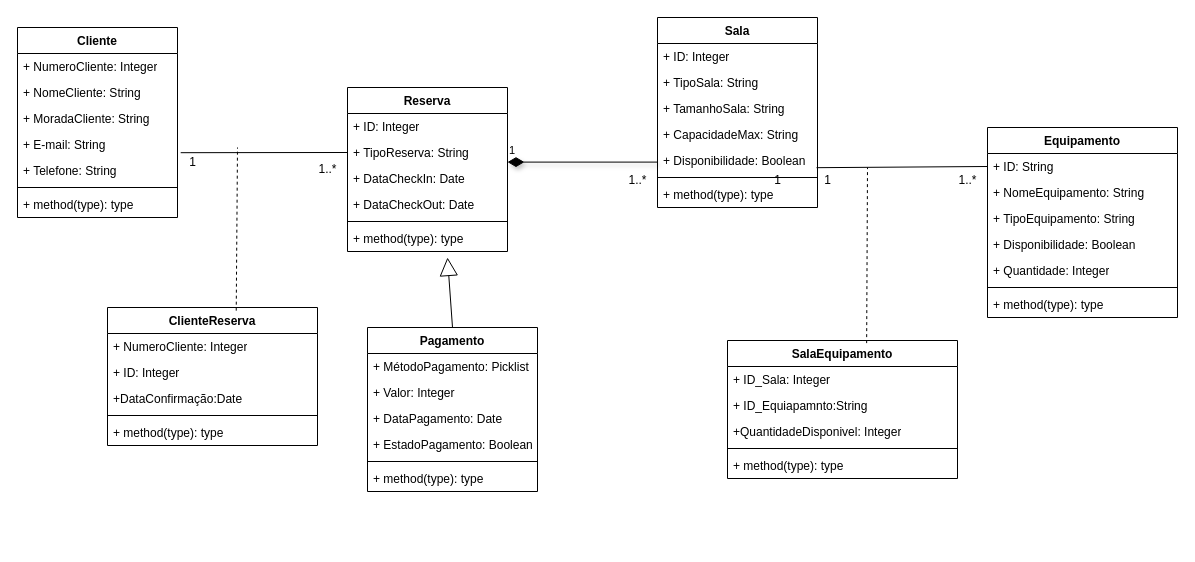
Before: UMLDiagram.drawio in ic3K1ng/Rooms-Equipments, a draw.io diagram. Source tidied: cells renumbered, new cells numbered last; positions are measured from the earlier drawing's top-left corner, leaving out a move shared by most shapes. Both pictures are drawn from the tidied source at 100%, with x=0, y=0 at pixel (17, 17).
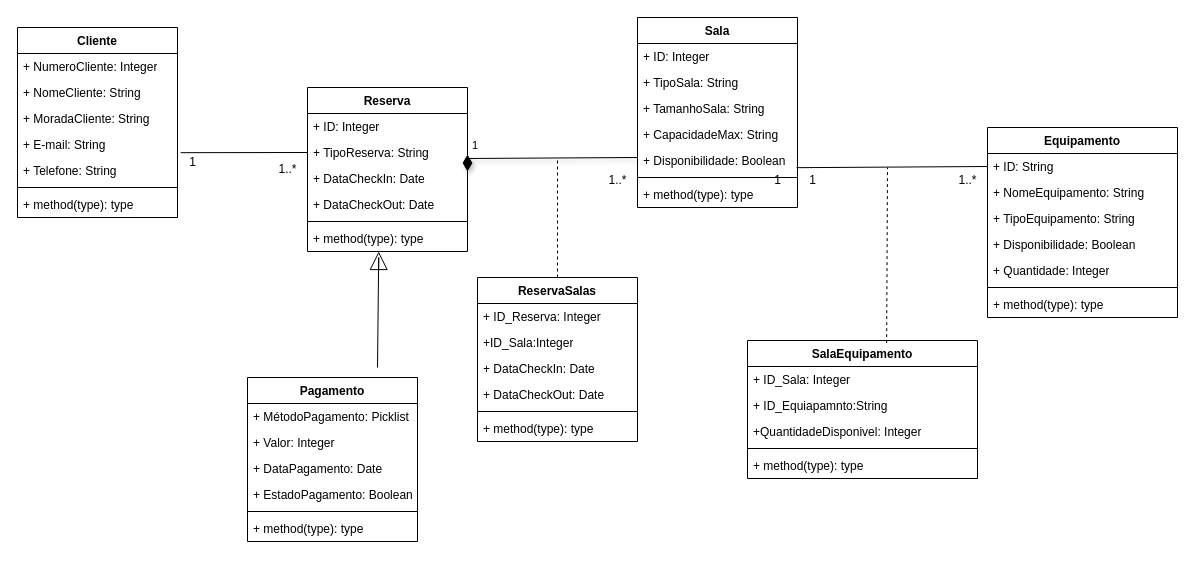
Above is the later version.

Unchanged cells that the change refers to:
```xml
<mxCell id="6" value="+ E-mail: String" style="text;strokeColor=none;fillColor=none;align=left;verticalAlign=top;spacingLeft=4;spacingRight=4;overflow=hidden;points=[[0,0.5],[1,0.5]];portConstraint=eastwest;whiteSpace=wrap;html=1;" parent="2" vertex="1">
  <mxGeometry y="104" width="160" height="26" as="geometry" />
</mxCell>
<mxCell id="15" value="+ Disponibilidade: Boolean" style="text;strokeColor=none;fillColor=none;align=left;verticalAlign=top;spacingLeft=4;spacingRight=4;overflow=hidden;points=[[0,0.5],[1,0.5]];portConstraint=eastwest;whiteSpace=wrap;html=1;" parent="10" vertex="1">
  <mxGeometry y="130" width="160" height="26" as="geometry" />
</mxCell>
<mxCell id="20" value="+ TipoReserva: String" style="text;strokeColor=none;fillColor=none;align=left;verticalAlign=top;spacingLeft=4;spacingRight=4;overflow=hidden;points=[[0,0.5],[1,0.5]];portConstraint=eastwest;whiteSpace=wrap;html=1;" parent="18" vertex="1">
  <mxGeometry y="52" width="160" height="26" as="geometry" />
</mxCell>
```

Diff of the diagram source:
```diff
@@
     <mxCell id="10" value="Sala" style="swimlane;fontStyle=1;align=center;verticalAlign=top;horizontal=1;startSize=26;whiteSpace=wrap;html=1;" parent="1" vertex="1">
-      <mxGeometry x="640" width="160" height="190" as="geometry" />
+      <mxGeometry x="620" width="160" height="190" as="geometry" />
     </mxCell>
@@
     <mxCell id="18" value="Reserva" style="swimlane;fontStyle=1;align=center;verticalAlign=top;horizontal=1;startSize=26;whiteSpace=wrap;html=1;" parent="1" vertex="1">
-      <mxGeometry x="330" y="70" width="160" height="164" as="geometry" />
+      <mxGeometry x="290" y="70" width="160" height="164" as="geometry" />
     </mxCell>
@@
     <mxCell id="33" value="Pagamento" style="swimlane;fontStyle=1;align=center;verticalAlign=top;horizontal=1;startSize=26;whiteSpace=wrap;html=1;" parent="1" vertex="1">
-      <mxGeometry x="350" y="310" width="170" height="164" as="geometry" />
+      <mxGeometry x="230" y="360" width="170" height="164" as="geometry" />
     </mxCell>
@@
-    <mxCell id="40" value="&lt;div&gt;&lt;br&gt;&lt;/div&gt;" style="endArrow=block;endSize=16;endFill=0;html=1;rounded=0;exitX=0.5;exitY=0;exitDx=0;exitDy=0;" parent="1" edge="1" source="33">
+    <mxCell id="40" value="&lt;div&gt;&lt;br&gt;&lt;/div&gt;" style="endArrow=block;endSize=16;endFill=0;html=1;rounded=0;" parent="1" edge="1">
       <mxGeometry relative="1" as="geometry">
-        <mxPoint x="430" y="240" as="targetPoint" />
+        <mxPoint x="360" y="350" as="sourcePoint" />
+        <mxPoint x="361.2" y="234" as="targetPoint" />
+        <Array as="points">
+          <mxPoint x="361.2" y="240" />
+        </Array>
       </mxGeometry>
     </mxCell>
-    <mxCell id="41" style="endArrow=none;html=1;rounded=0;entryX=0;entryY=0.5;entryDx=0;entryDy=0;exitX=1.02;exitY=0.815;exitDx=0;exitDy=0;exitPerimeter=0;" parent="1" edge="1" source="6" target="20">
+    <mxCell id="41" style="endArrow=none;html=1;rounded=0;exitX=1.02;exitY=0.815;exitDx=0;exitDy=0;exitPerimeter=0;entryX=0;entryY=0.5;entryDx=0;entryDy=0;" parent="1" edge="1" source="6" target="20">
       <mxGeometry relative="1" as="geometry" />
     </mxCell>
@@
     <mxCell id="43" value="1..*" style="text;html=1;align=center;verticalAlign=middle;strokeColor=none;fillColor=none;" parent="1" vertex="1">
-      <mxGeometry x="290" y="137" width="40" height="30" as="geometry" />
+      <mxGeometry x="250" y="137" width="40" height="30" as="geometry" />
     </mxCell>
-    <mxCell id="44" value="1" style="endArrow=none;html=1;endSize=12;startArrow=diamondThin;startSize=14;startFill=1;edgeStyle=orthogonalEdgeStyle;align=left;verticalAlign=bottom;rounded=0;shadow=1;endFill=0;entryX=0;entryY=0.5;entryDx=0;entryDy=0;" parent="1" edge="1" target="15">
+    <mxCell id="44" value="1" style="endArrow=none;html=1;endSize=12;startArrow=diamondThin;startSize=14;startFill=1;edgeStyle=orthogonalEdgeStyle;align=left;verticalAlign=bottom;rounded=0;shadow=1;endFill=0;entryX=0;entryY=0.5;entryDx=0;entryDy=0;" parent="1" edge="1">
       <mxGeometry x="-1" y="3" relative="1" as="geometry">
-        <mxPoint x="490" y="144.6" as="sourcePoint" />
+        <mxPoint x="450" y="137" as="sourcePoint" />
+        <mxPoint x="620" y="140" as="targetPoint" />
         <Array as="points">
-          <mxPoint x="640" y="144" />
+          <mxPoint x="620" y="141" />
         </Array>
       </mxGeometry>
     </mxCell>
     <mxCell id="45" value="1..*" style="text;html=1;align=center;verticalAlign=middle;strokeColor=none;fillColor=none;" parent="1" vertex="1">
-      <mxGeometry x="600" y="148" width="40" height="30" as="geometry" />
+      <mxGeometry x="580" y="148" width="40" height="30" as="geometry" />
     </mxCell>
@@
     <mxCell id="49" value="SalaEquipamento" style="swimlane;fontStyle=1;align=center;verticalAlign=top;horizontal=1;startSize=26;whiteSpace=wrap;html=1;" parent="1" vertex="1">
-      <mxGeometry x="710" y="323" width="230" height="138" as="geometry" />
+      <mxGeometry x="730" y="323" width="230" height="138" as="geometry" />
     </mxCell>
@@
     <mxCell id="55" style="endArrow=none;dashed=1;html=1;rounded=0;exitX=0.605;exitY=0.019;exitDx=0;exitDy=0;exitPerimeter=0;" parent="1" edge="1" source="49">
       <mxGeometry relative="1" as="geometry">
-        <mxPoint x="850" y="150" as="targetPoint" />
+        <mxPoint x="870" y="150" as="targetPoint" />
       </mxGeometry>
     </mxCell>
     <mxCell id="56" value="1" style="text;html=1;align=center;verticalAlign=middle;strokeColor=none;fillColor=none;" parent="1" vertex="1">
-      <mxGeometry x="795" y="148" width="30" height="30" as="geometry" />
+      <mxGeometry x="780" y="148" width="30" height="30" as="geometry" />
     </mxCell>
-    <mxCell id="57" value="ClienteReserva" style="swimlane;fontStyle=1;align=center;verticalAlign=top;horizontal=1;startSize=26;whiteSpace=wrap;html=1;" parent="1" vertex="1">
-      <mxGeometry x="90" y="290" width="210" height="138" as="geometry" />
-    </mxCell>
-    <mxCell id="58" value="+ NumeroCliente: Integer" style="text;strokeColor=none;fillColor=none;align=left;verticalAlign=top;spacingLeft=4;spacingRight=4;overflow=hidden;whiteSpace=wrap;html=1;" parent="57" vertex="1">
-      <mxGeometry y="26" width="210" height="26" as="geometry" />
-    </mxCell>
-    <mxCell id="59" value="+ ID: Integer" style="text;strokeColor=none;fillColor=none;align=left;verticalAlign=top;spacingLeft=4;spacingRight=4;overflow=hidden;whiteSpace=wrap;html=1;" parent="57" vertex="1">
-      <mxGeometry y="52" width="210" height="26" as="geometry" />
-    </mxCell>
-    <mxCell id="60" value="+DataConfirmação:Date" style="text;strokeColor=none;fillColor=none;align=left;verticalAlign=top;spacingLeft=4;spacingRight=4;overflow=hidden;whiteSpace=wrap;html=1;" parent="57" vertex="1">
-      <mxGeometry y="78" width="210" height="26" as="geometry" />
-    </mxCell>
-    <mxCell id="61" style="line;strokeWidth=1;fillColor=none;align=left;verticalAlign=middle;spacingTop=-1;spacingLeft=3;spacingRight=3;labelPosition=right;strokeColor=inherit;" parent="57" vertex="1">
-      <mxGeometry y="104" width="210" height="8" as="geometry" />
-    </mxCell>
+    <mxCell id="64" value="ReservaSalas" style="swimlane;fontStyle=1;align=center;verticalAlign=top;horizontal=1;startSize=26;whiteSpace=wrap;html=1;" parent="1" vertex="1">
+      <mxGeometry x="460" y="260" width="160" height="164" as="geometry" />
+    </mxCell>
+    <mxCell id="65" value="+ ID_Reserva: Integer" style="text;strokeColor=none;fillColor=none;align=left;verticalAlign=top;spacingLeft=4;spacingRight=4;overflow=hidden;whiteSpace=wrap;html=1;" parent="64" vertex="1">
+      <mxGeometry y="26" width="160" height="26" as="geometry" />
+    </mxCell>
+    <mxCell id="66" value="+ID_Sala:Integer" style="text;strokeColor=none;fillColor=none;align=left;verticalAlign=top;spacingLeft=4;spacingRight=4;overflow=hidden;whiteSpace=wrap;html=1;" parent="64" vertex="1">
+      <mxGeometry y="52" width="160" height="26" as="geometry" />
+    </mxCell>
+    <mxCell id="67" value="+ DataCheckIn: Date" style="text;strokeColor=none;fillColor=none;align=left;verticalAlign=top;spacingLeft=4;spacingRight=4;overflow=hidden;whiteSpace=wrap;html=1;" parent="64" vertex="1">
+      <mxGeometry y="78" width="160" height="26" as="geometry" />
+    </mxCell>
+    <mxCell id="68" value="+ DataCheckOut: Date" style="text;strokeColor=none;fillColor=none;align=left;verticalAlign=top;spacingLeft=4;spacingRight=4;overflow=hidden;whiteSpace=wrap;html=1;" parent="64" vertex="1">
+      <mxGeometry y="104" width="160" height="26" as="geometry" />
+    </mxCell>
+    <mxCell id="69" style="line;strokeWidth=1;fillColor=none;align=left;verticalAlign=middle;spacingTop=-1;spacingLeft=3;spacingRight=3;labelPosition=right;strokeColor=inherit;" parent="64" vertex="1">
+      <mxGeometry y="130" width="160" height="8" as="geometry" />
+    </mxCell>
-    <mxCell id="62" value="+ method(type): type" style="text;strokeColor=none;fillColor=none;align=left;verticalAlign=top;spacingLeft=4;spacingRight=4;overflow=hidden;whiteSpace=wrap;html=1;" parent="57" vertex="1">
-      <mxGeometry y="112" width="210" height="26" as="geometry" />
+    <mxCell id="62" value="+ method(type): type" style="text;strokeColor=none;fillColor=none;align=left;verticalAlign=top;spacingLeft=4;spacingRight=4;overflow=hidden;whiteSpace=wrap;html=1;" parent="64" vertex="1">
+      <mxGeometry y="138" width="160" height="26" as="geometry" />
     </mxCell>
-    <mxCell id="63" style="endArrow=none;dashed=1;html=1;rounded=0;exitX=0.613;exitY=0.023;exitDx=0;exitDy=0;exitPerimeter=0;" parent="1" edge="1" source="57">
-      <mxGeometry relative="1" as="geometry">
-        <mxPoint x="220" y="130" as="targetPoint" />
-      </mxGeometry>
-    </mxCell>
+    <mxCell id="70" style="endArrow=none;dashed=1;html=1;rounded=0;exitX=0.5;exitY=0;exitDx=0;exitDy=0;" parent="1" edge="1" source="64">
+      <mxGeometry relative="1" as="geometry">
+        <mxPoint x="540" y="140" as="targetPoint" />
+      </mxGeometry>
+    </mxCell>
```
